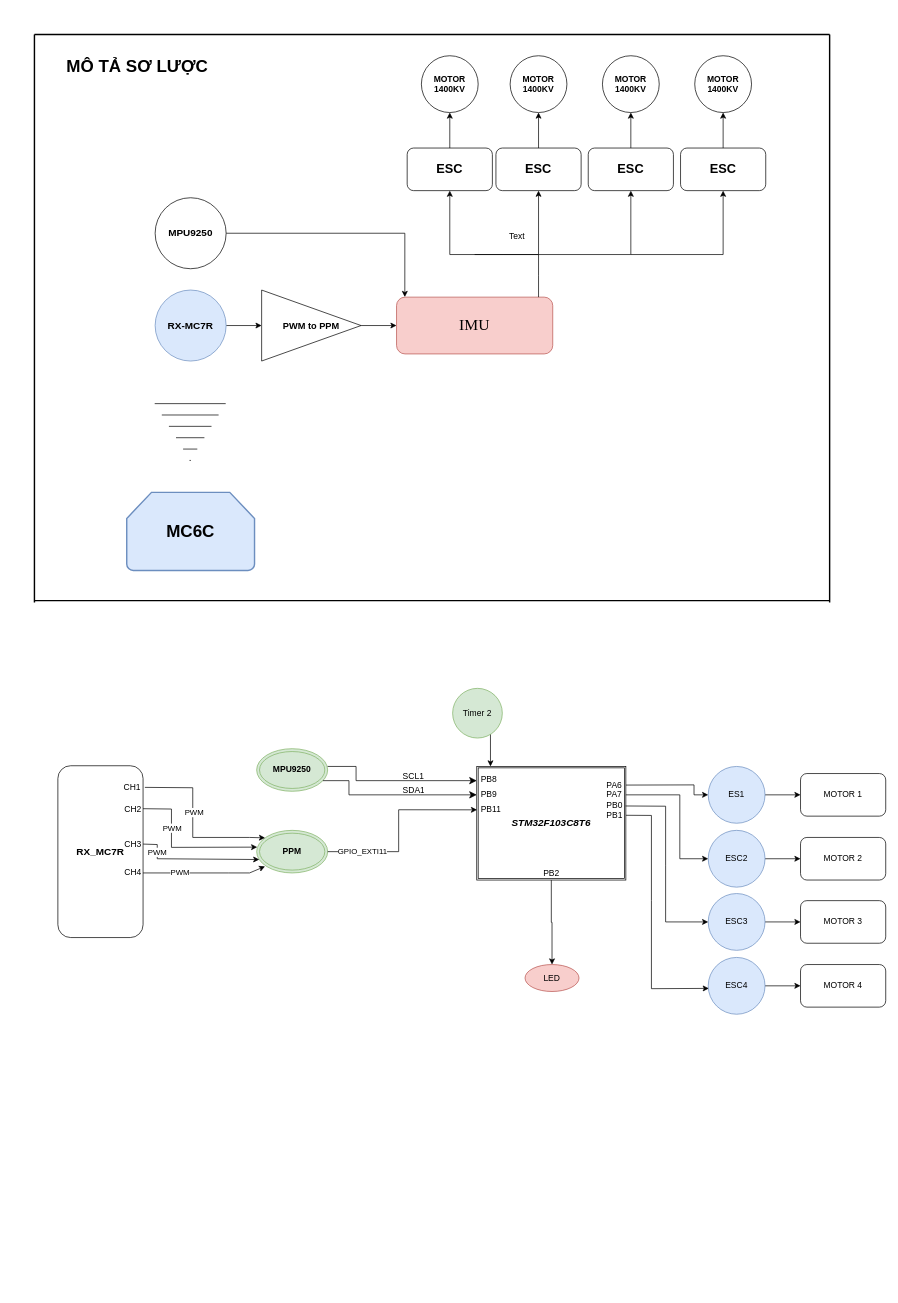
This is Untitled Diagram.drawio from trung5522/fly, a draw.io file, before an edit. Source tidied: cells renumbered, new cells numbered last; positions are measured from the earlier drawing's top-left corner, leaving out a move shared by most shapes. Both pictures are drawn from the tidied source at 71%, with x=0, y=0 at pixel (13, 13).
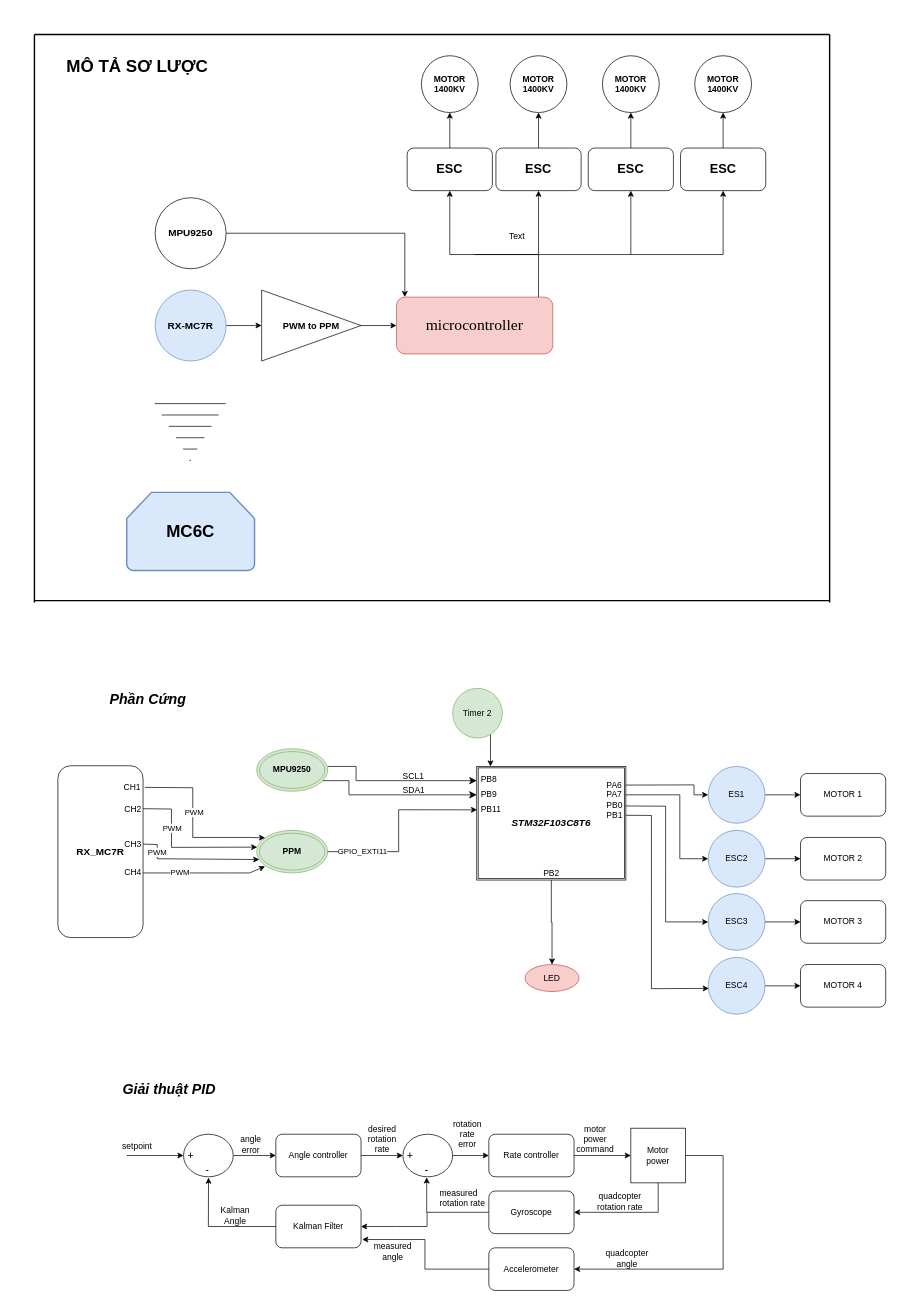
The same diagram, later.

Diff of the diagram source:
```diff
@@
-    <mxCell id="2" value="&lt;span style=&quot;font-size: 22px;&quot;&gt;IMU&lt;/span&gt;" style="rounded=1;whiteSpace=wrap;html=1;fillColor=#f8cecc;strokeColor=#b85450;fontFamily=Times New Roman;" parent="1" vertex="1">
+    <mxCell id="2" value="&lt;span style=&quot;font-size: 22px;&quot;&gt;microcontroller&lt;/span&gt;" style="rounded=1;whiteSpace=wrap;html=1;fillColor=#f8cecc;strokeColor=#b85450;fontFamily=Times New Roman;" parent="1" vertex="1">
       <mxGeometry x="540" y="400" width="220" height="80" as="geometry" />
     </mxCell>
@@
+    <mxCell id="83" style="edgeStyle=orthogonalEdgeStyle;rounded=0;jettySize=auto;html=1;entryX=0;entryY=0.5;entryDx=0;entryDy=0;" parent="1" edge="1" source="84" target="88">
+      <mxGeometry relative="1" as="geometry" />
+    </mxCell>
+    <mxCell id="84" style="verticalLabelPosition=bottom;verticalAlign=top;html=1;shape=mxgraph.flowchart.on-page_reference;" parent="1" vertex="1">
+      <mxGeometry x="240" y="1579" width="70" height="60" as="geometry" />
+    </mxCell>
+    <mxCell id="85" value="&lt;font style=&quot;font-size: 15px;&quot;&gt;+&lt;/font&gt;" style="text;strokeColor=none;fillColor=none;spacingLeft=4;spacingRight=4;overflow=hidden;points=[[0,0.5],[1,0.5]];portConstraint=eastwest;fontSize=12;whiteSpace=wrap;html=1;" parent="1" vertex="1">
+      <mxGeometry x="240" y="1594" width="40" height="30" as="geometry" />
+    </mxCell>
+    <mxCell id="86" value="&lt;font style=&quot;font-size: 16px;&quot;&gt;-&lt;/font&gt;" style="text;strokeColor=none;fillColor=none;spacingLeft=4;spacingRight=4;overflow=hidden;points=[[0,0.5],[1,0.5]];portConstraint=eastwest;fontSize=12;whiteSpace=wrap;html=1;" parent="1" vertex="1">
+      <mxGeometry x="265" y="1612" width="40" height="30" as="geometry" />
+    </mxCell>
+    <mxCell id="87" style="edgeStyle=orthogonalEdgeStyle;rounded=0;jettySize=auto;html=1;entryX=0;entryY=0.5;entryDx=0;entryDy=0;" parent="1" edge="1" source="88" target="91">
+      <mxGeometry relative="1" as="geometry" />
+    </mxCell>
+    <mxCell id="88" value="Angle controller" style="rounded=1;whiteSpace=wrap;html=1;" parent="1" vertex="1">
+      <mxGeometry x="370" y="1579" width="120" height="60" as="geometry" />
+    </mxCell>
+    <mxCell id="89" style="edgeStyle=orthogonalEdgeStyle;rounded=0;jettySize=auto;html=1;entryX=0;entryY=0.5;entryDx=0;entryDy=0;" parent="1" edge="1" source="90" target="94">
+      <mxGeometry relative="1" as="geometry" />
+    </mxCell>
+    <mxCell id="90" style="verticalLabelPosition=bottom;verticalAlign=top;html=1;shape=mxgraph.flowchart.on-page_reference;" parent="1" vertex="1">
+      <mxGeometry x="549" y="1579" width="70" height="60" as="geometry" />
+    </mxCell>
+    <mxCell id="91" value="&lt;font style=&quot;font-size: 15px;&quot;&gt;+&lt;/font&gt;" style="text;strokeColor=none;fillColor=none;spacingLeft=4;spacingRight=4;overflow=hidden;points=[[0,0.5],[1,0.5]];portConstraint=eastwest;fontSize=12;whiteSpace=wrap;html=1;" parent="1" vertex="1">
+      <mxGeometry x="549" y="1594" width="40" height="30" as="geometry" />
+    </mxCell>
+    <mxCell id="92" value="&lt;font style=&quot;font-size: 16px;&quot;&gt;-&lt;/font&gt;" style="text;strokeColor=none;fillColor=none;spacingLeft=4;spacingRight=4;overflow=hidden;fontSize=12;whiteSpace=wrap;html=1;" parent="1" vertex="1">
+      <mxGeometry x="574" y="1612" width="40" height="30" as="geometry" />
+    </mxCell>
+    <mxCell id="93" style="edgeStyle=orthogonalEdgeStyle;rounded=0;jettySize=auto;html=1;entryX=0;entryY=0.5;entryDx=0;entryDy=0;" parent="1" edge="1" source="94" target="107">
+      <mxGeometry relative="1" as="geometry" />
+    </mxCell>
+    <mxCell id="94" value="Rate controller" style="rounded=1;whiteSpace=wrap;html=1;" parent="1" vertex="1">
+      <mxGeometry x="670" y="1579" width="120" height="60" as="geometry" />
+    </mxCell>
+    <mxCell id="95" style="endArrow=classic;html=1;rounded=0;entryX=0;entryY=0.5;entryDx=0;entryDy=0;" parent="1" edge="1" target="85">
+      <mxGeometry relative="1" as="geometry">
+        <mxPoint x="160" y="1609" as="sourcePoint" />
+      </mxGeometry>
+    </mxCell>
+    <mxCell id="96" value="setpoint" style="text;html=1;strokeColor=none;fillColor=none;align=center;verticalAlign=middle;whiteSpace=wrap;rounded=0;" parent="1" vertex="1">
+      <mxGeometry x="145" y="1582" width="60" height="30" as="geometry" />
+    </mxCell>
+    <mxCell id="97" value="Kalman Filter" style="rounded=1;whiteSpace=wrap;html=1;" parent="1" vertex="1">
+      <mxGeometry x="370" y="1679" width="120" height="60" as="geometry" />
+    </mxCell>
+    <mxCell id="98" style="edgeStyle=orthogonalEdgeStyle;rounded=0;orthogonalLoop=1;jettySize=auto;html=1;entryX=0.213;entryY=0.926;entryDx=0;entryDy=0;entryPerimeter=0;" parent="1" edge="1">
+      <mxGeometry relative="1" as="geometry">
+        <mxPoint x="670" y="1689" as="sourcePoint" />
+        <mxPoint x="582.5" y="1639.8" as="targetPoint" />
+        <Array as="points">
+          <mxPoint x="582" y="1689" />
+        </Array>
+      </mxGeometry>
+    </mxCell>
+    <mxCell id="99" value="Gyroscope" style="rounded=1;whiteSpace=wrap;html=1;" parent="1" vertex="1">
+      <mxGeometry x="670" y="1659" width="120" height="60" as="geometry" />
+    </mxCell>
+    <mxCell id="100" style="edgeStyle=orthogonalEdgeStyle;rounded=0;jettySize=auto;html=1;entryX=1.014;entryY=0.805;entryDx=0;entryDy=0;entryPerimeter=0;" parent="1" edge="1" source="101" target="97">
+      <mxGeometry relative="1" as="geometry" />
+    </mxCell>
+    <mxCell id="101" value="Accelerometer" style="rounded=1;whiteSpace=wrap;html=1;" parent="1" vertex="1">
+      <mxGeometry x="670" y="1739" width="120" height="60" as="geometry" />
+    </mxCell>
+    <mxCell id="102" style="endArrow=classic;html=1;rounded=0;entryX=1;entryY=0.5;entryDx=0;entryDy=0;" parent="1" edge="1" target="97">
+      <mxGeometry relative="1" as="geometry">
+        <mxPoint x="583" y="1689" as="sourcePoint" />
+        <Array as="points">
+          <mxPoint x="583" y="1709" />
+          <mxPoint x="540" y="1709" />
+        </Array>
+      </mxGeometry>
+    </mxCell>
+    <mxCell id="103" style="endArrow=classic;html=1;rounded=0;entryX=0.255;entryY=0.938;entryDx=0;entryDy=0;entryPerimeter=0;exitX=0;exitY=0.5;exitDx=0;exitDy=0;" parent="1" edge="1" source="97" target="86">
+      <mxGeometry relative="1" as="geometry">
+        <Array as="points">
+          <mxPoint x="275" y="1709" />
+        </Array>
+      </mxGeometry>
+    </mxCell>
+    <mxCell id="104" value="Kalman&lt;br&gt;Angle" style="text;html=1;strokeColor=none;fillColor=none;align=center;verticalAlign=middle;whiteSpace=wrap;rounded=0;" parent="1" vertex="1">
+      <mxGeometry x="283" y="1679" width="60" height="30" as="geometry" />
+    </mxCell>
+    <mxCell id="105" style="edgeStyle=orthogonalEdgeStyle;rounded=0;jettySize=auto;html=1;entryX=1;entryY=0.5;entryDx=0;entryDy=0;" parent="1" edge="1" source="107" target="101">
+      <mxGeometry relative="1" as="geometry">
+        <Array as="points">
+          <mxPoint x="1000" y="1609" />
+          <mxPoint x="1000" y="1769" />
+        </Array>
+      </mxGeometry>
+    </mxCell>
+    <mxCell id="106" style="edgeStyle=orthogonalEdgeStyle;rounded=0;jettySize=auto;html=1;entryX=1;entryY=0.5;entryDx=0;entryDy=0;" parent="1" edge="1" source="107" target="99">
+      <mxGeometry relative="1" as="geometry">
+        <Array as="points">
+          <mxPoint x="909" y="1689" />
+        </Array>
+      </mxGeometry>
+    </mxCell>
+    <mxCell id="107" value="Motor&lt;br&gt;power" style="whiteSpace=wrap;html=1;" parent="1" vertex="1">
+      <mxGeometry x="870" y="1570.5" width="77" height="77" as="geometry" />
+    </mxCell>
+    <mxCell id="108" value="quadcopter&lt;br&gt;rotation rate" style="text;html=1;strokeColor=none;fillColor=none;align=center;verticalAlign=middle;whiteSpace=wrap;rounded=0;" parent="1" vertex="1">
+      <mxGeometry x="820" y="1659" width="70" height="30" as="geometry" />
+    </mxCell>
+    <mxCell id="109" value="quadcopter&lt;br&gt;angle" style="text;html=1;strokeColor=none;fillColor=none;align=center;verticalAlign=middle;whiteSpace=wrap;rounded=0;" parent="1" vertex="1">
+      <mxGeometry x="830" y="1739" width="70" height="30" as="geometry" />
+    </mxCell>
+    <mxCell id="110" value="measured&lt;br&gt;angle" style="text;html=1;strokeColor=none;fillColor=none;align=center;verticalAlign=middle;whiteSpace=wrap;rounded=0;" parent="1" vertex="1">
+      <mxGeometry x="500" y="1729" width="70" height="30" as="geometry" />
+    </mxCell>
+    <mxCell id="111" value="angle&lt;br&gt;error" style="text;html=1;strokeColor=none;fillColor=none;align=center;verticalAlign=middle;whiteSpace=wrap;rounded=0;" parent="1" vertex="1">
+      <mxGeometry x="305" y="1579" width="60" height="30" as="geometry" />
+    </mxCell>
+    <mxCell id="112" value="desired&lt;br&gt;rotation rate" style="text;html=1;strokeColor=none;fillColor=none;align=center;verticalAlign=middle;whiteSpace=wrap;rounded=0;" parent="1" vertex="1">
+      <mxGeometry x="490" y="1570.5" width="60" height="30" as="geometry" />
+    </mxCell>
+    <mxCell id="113" value="rotation rate&lt;br&gt;error" style="text;html=1;strokeColor=none;fillColor=none;align=center;verticalAlign=middle;whiteSpace=wrap;rounded=0;" parent="1" vertex="1">
+      <mxGeometry x="610" y="1564" width="60" height="30" as="geometry" />
+    </mxCell>
+    <mxCell id="114" value="motor power command" style="text;html=1;strokeColor=none;fillColor=none;align=center;verticalAlign=middle;whiteSpace=wrap;rounded=0;" parent="1" vertex="1">
+      <mxGeometry x="790" y="1570.5" width="60" height="30" as="geometry" />
+    </mxCell>
+    <mxCell id="115" value="&lt;span style=&quot;color: rgb(0, 0, 0); font-family: Helvetica; font-size: 12px; font-style: normal; font-variant-ligatures: normal; font-variant-caps: normal; font-weight: 400; letter-spacing: normal; orphans: 2; text-align: center; text-indent: 0px; text-transform: none; widows: 2; word-spacing: 0px; -webkit-text-stroke-width: 0px; background-color: rgb(251, 251, 251); text-decoration-thickness: initial; text-decoration-style: initial; text-decoration-color: initial; float: none; display: inline !important;&quot;&gt;measured&lt;/span&gt;&lt;br style=&quot;border-color: var(--border-color); color: rgb(0, 0, 0); font-family: Helvetica; font-size: 12px; font-style: normal; font-variant-ligatures: normal; font-variant-caps: normal; font-weight: 400; letter-spacing: normal; orphans: 2; text-align: center; text-indent: 0px; text-transform: none; widows: 2; word-spacing: 0px; -webkit-text-stroke-width: 0px; background-color: rgb(251, 251, 251); text-decoration-thickness: initial; text-decoration-style: initial; text-decoration-color: initial;&quot;&gt;&lt;div style=&quot;text-align: center;&quot;&gt;&lt;span style=&quot;background-color: initial;&quot;&gt;rotation rate&lt;/span&gt;&lt;/div&gt;" style="text;whiteSpace=wrap;html=1;" parent="1" vertex="1">
+      <mxGeometry x="599" y="1649" width="90" height="50" as="geometry" />
+    </mxCell>
+    <mxCell id="116" value="&lt;font style=&quot;font-size: 20px;&quot;&gt;&lt;b&gt;&lt;i&gt;Phần Cứng&lt;/i&gt;&lt;/b&gt;&lt;/font&gt;" style="text;html=1;strokeColor=none;fillColor=none;align=center;verticalAlign=middle;whiteSpace=wrap;rounded=0;" parent="1" vertex="1">
+      <mxGeometry x="90" y="951" width="200" height="30" as="geometry" />
+    </mxCell>
+    <mxCell id="117" value="&lt;span style=&quot;font-size: 20px;&quot;&gt;&lt;b&gt;&lt;i&gt;Giải thuật PID&lt;/i&gt;&lt;/b&gt;&lt;/span&gt;" style="text;html=1;strokeColor=none;fillColor=none;align=center;verticalAlign=middle;whiteSpace=wrap;rounded=0;" parent="1" vertex="1">
+      <mxGeometry x="120" y="1500" width="200" height="30" as="geometry" />
+    </mxCell>
```
